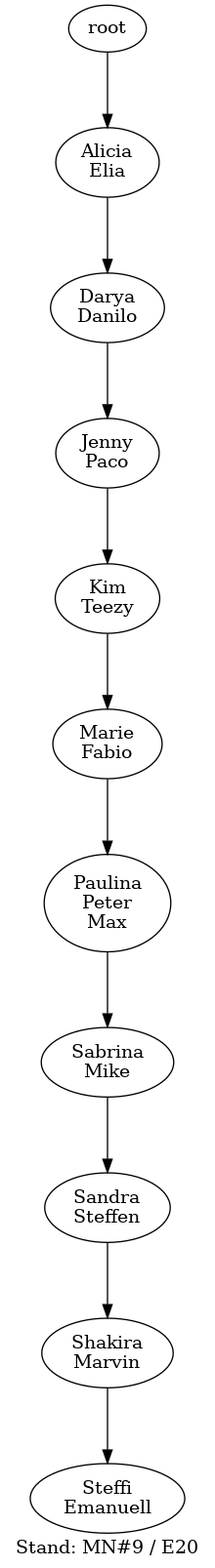
This is s03r/s03r.png from atticus-sullivan/sim-ayto, a Graphviz export, as it was before one commit. Its source is kept beside it as s03r/s03r.dot.
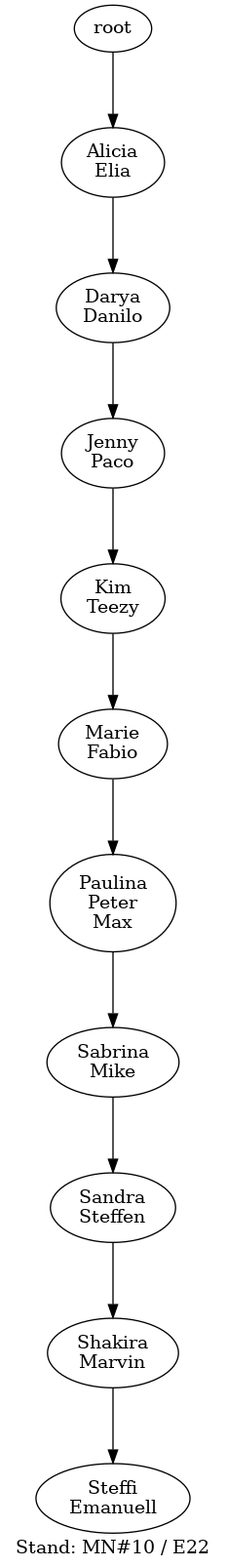
Above is the later version.

What changed in the source:
```diff
@@ -1,4 +1,4 @@
-digraph D { labelloc="b"; label="Stand: MN#9 / E20"; ranksep=0.8;
+digraph D { labelloc="b"; label="Stand: MN#10 / E22"; ranksep=0.8;
 "root/1"[label="Alicia\nElia"]
 "root" -> "root/1";
 "root/1/0"[label="Darya\nDanilo"]
```
